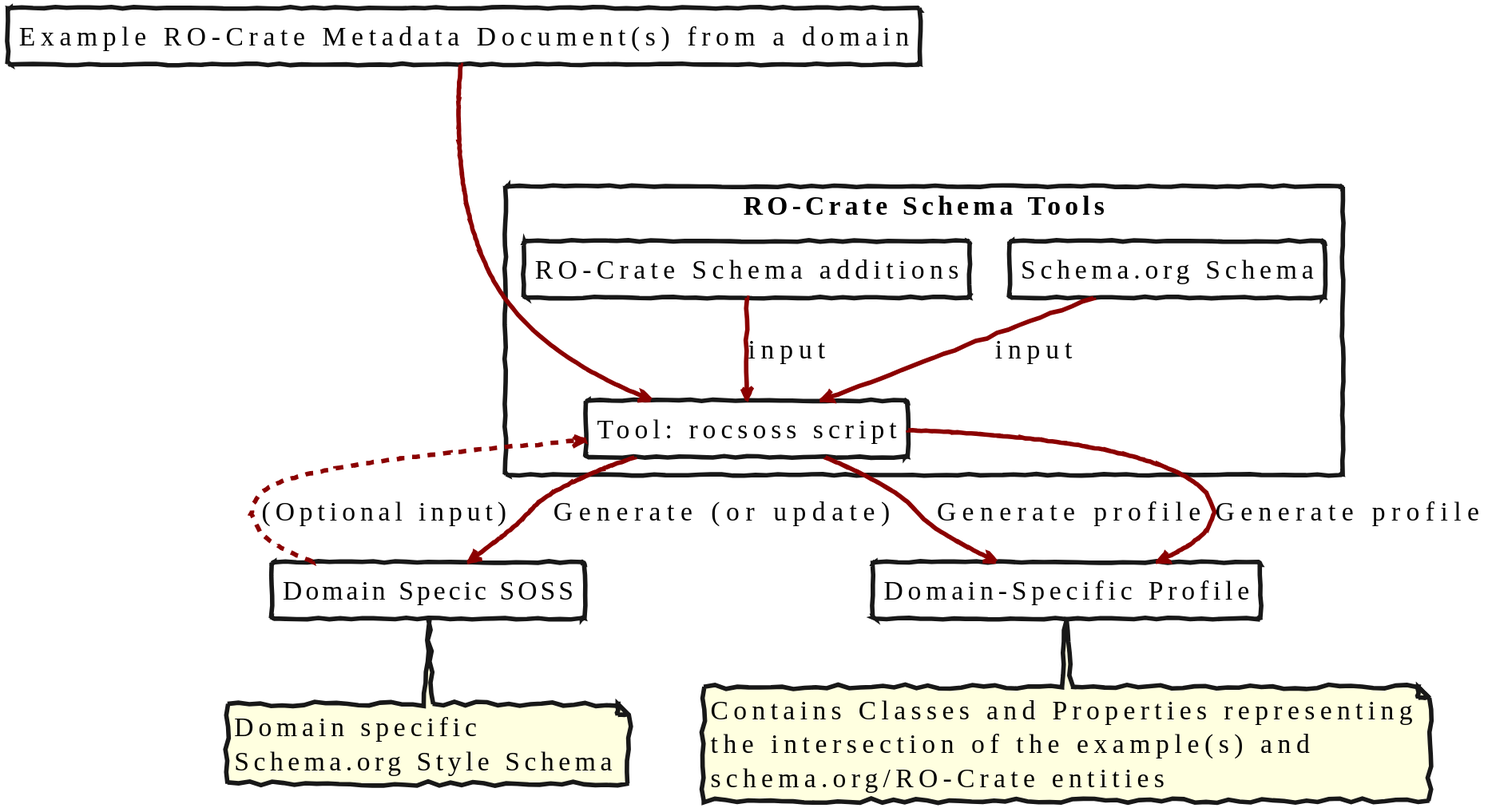
Language-Research-Technology/ro-crate-modes keeps this PlantUML diagram as docs/images/example-to-profile.svg. Above is the earlier version.
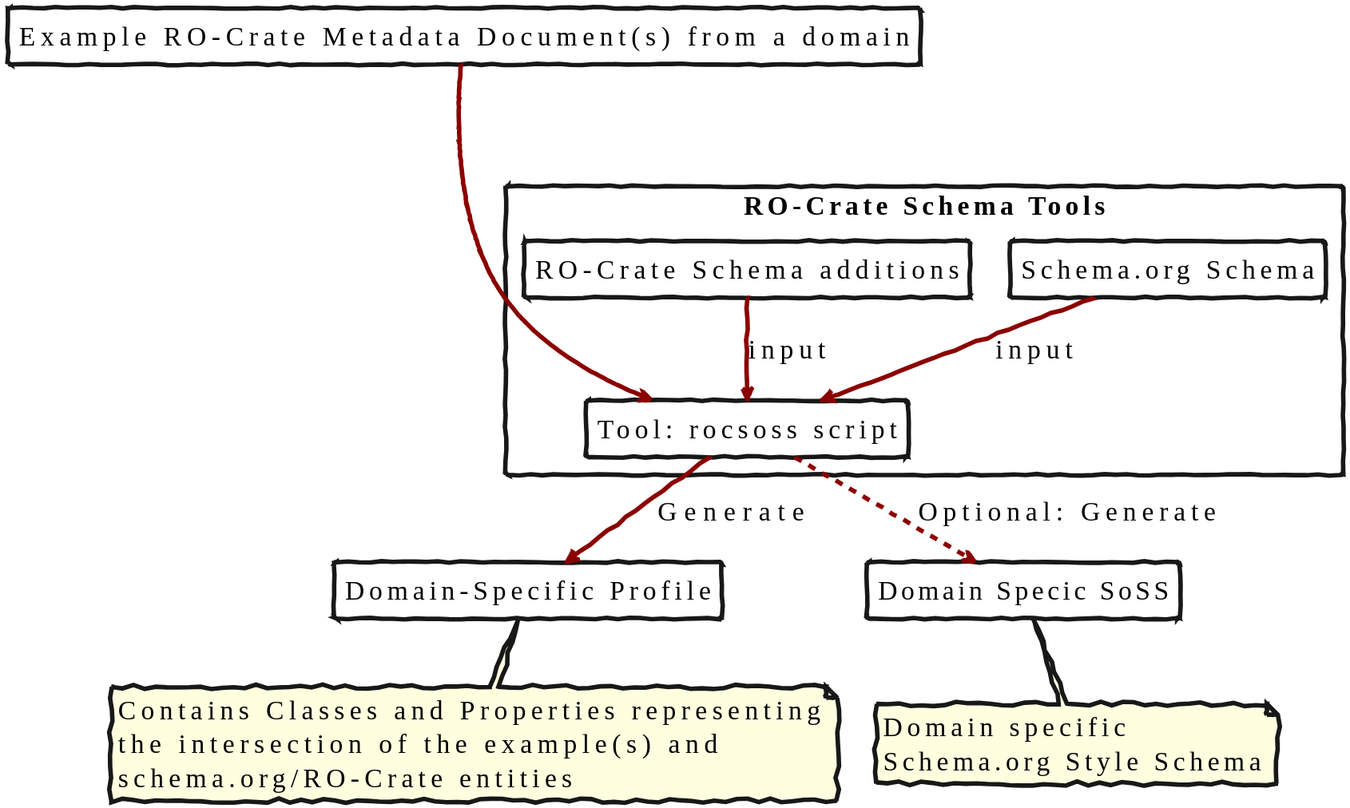
Later version of the same file.

Commit message:
Updated profiles, added rudimentary profile checking

Diff of the diagram source:
```diff
@@ -11,19 +11,16 @@
 }
 
 rectangle "Domain-Specific Profile" as rop
-rectangle "Domain Specic SOSS" as dssoss
+rectangle "Domain Specic SoSS" as dssoss
 sos -down-> rocsoss : input
 roc -down-> rocsoss : input
-dssoss ..> rocsoss : (Optional input)
 
 docs --down--> rocsoss
 
-rocsoss -down-> rop : Generate profile
+rocsoss -down-> rop : Generate
 
+rocsoss .down.> dssoss : Optional: Generate
 
-
-rocsoss -down-> rop : Generate profile
-rocsoss -down-> dssoss : Generate (or update)
 note bottom of rop : Contains Classes and Properties representing\nthe intersection of the example(s) and\nschema.org/RO-Crate entities
 note bottom of dssoss : Domain specific\nSchema.org Style Schema
 @enduml
```
